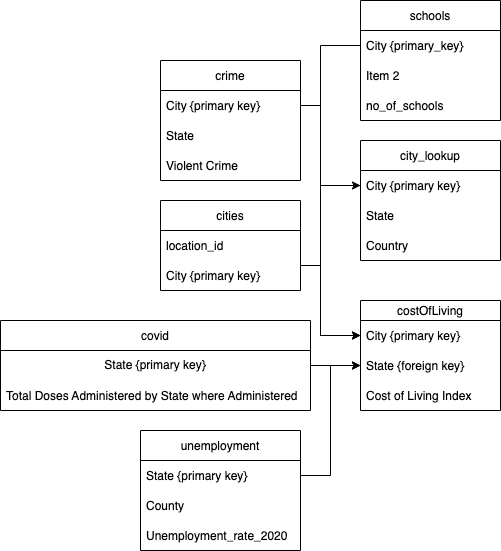
mrodenberg9055/FinalProject keeps this draw.io diagram as static/images/DataAnalystERD.drawio.png. Above is the earlier version. Source tidied: cells renumbered, new cells last; positions are measured from the earlier drawing's top-left corner, leaving out a move shared by most shapes.
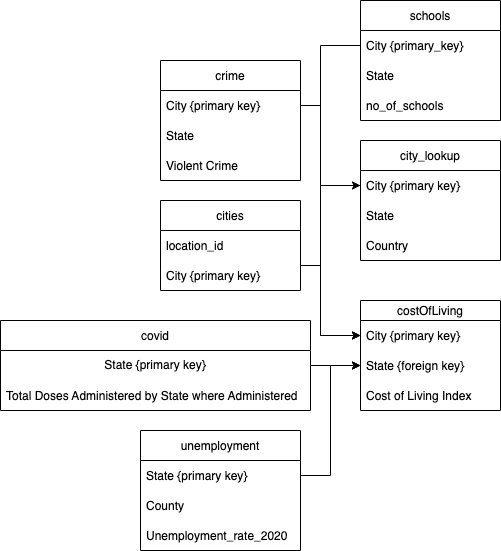
The same file after the commit.

Commit message:
corrected ERD

What changed in the source:
```diff
@@ -102,7 +102,7 @@
     <mxCell id="30" value="City {primary_key}" style="text;strokeColor=none;fillColor=none;align=left;verticalAlign=middle;spacingLeft=4;spacingRight=4;overflow=hidden;points=[[0,0.5],[1,0.5]];portConstraint=eastwest;" parent="29" vertex="1">
       <mxGeometry y="30" width="140" height="30" as="geometry" />
     </mxCell>
-    <mxCell id="31" value="Item 2" style="text;strokeColor=none;fillColor=none;align=left;verticalAlign=middle;spacingLeft=4;spacingRight=4;overflow=hidden;" parent="29" vertex="1">
+    <mxCell id="31" value="State" style="text;strokeColor=none;fillColor=none;align=left;verticalAlign=middle;spacingLeft=4;spacingRight=4;overflow=hidden;" parent="29" vertex="1">
       <mxGeometry y="60" width="140" height="30" as="geometry" />
     </mxCell>
     <mxCell id="32" value="no_of_schools" style="text;strokeColor=none;fillColor=none;align=left;verticalAlign=middle;spacingLeft=4;spacingRight=4;overflow=hidden;" parent="29" vertex="1">
```
